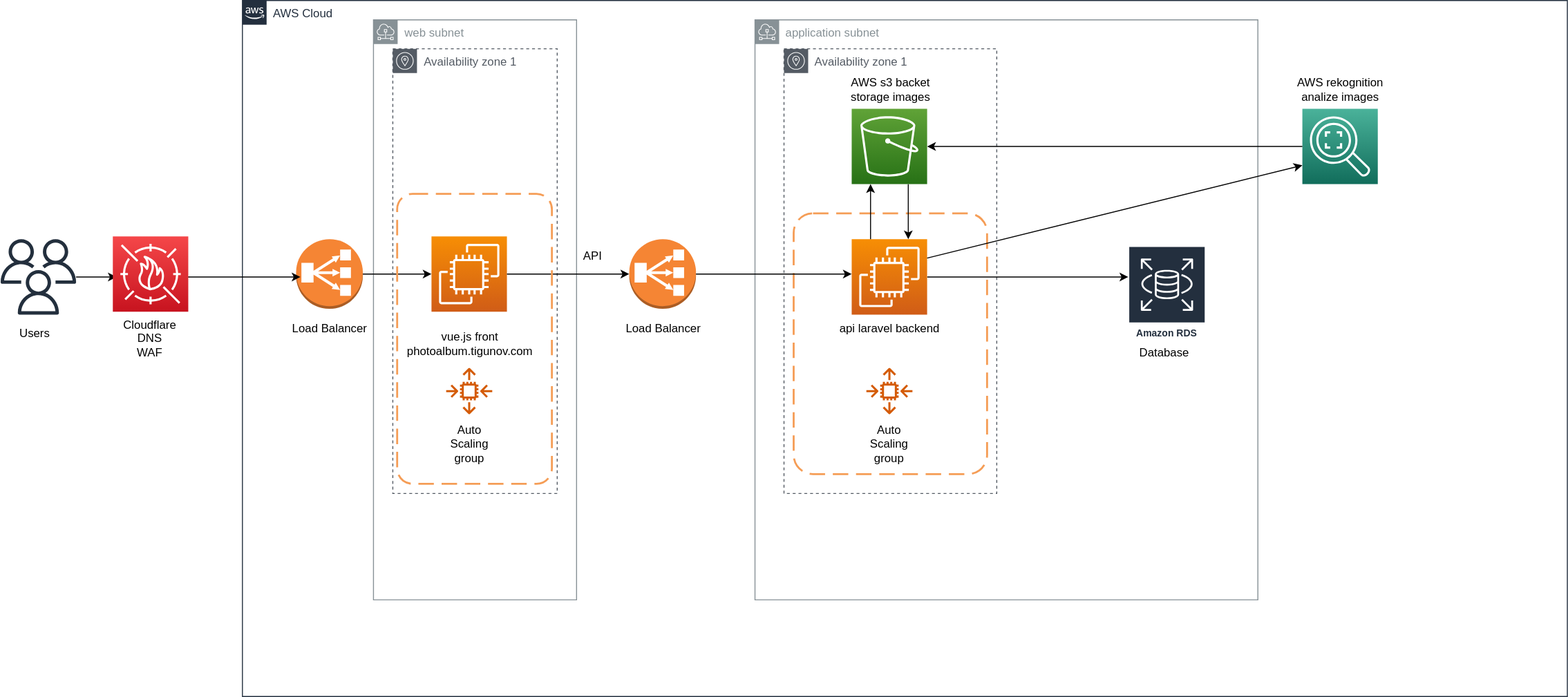
Before: .infra/schema_architecture/photoalbum_architecture.drawio.svg, a diagram exported from draw.io (tigunov-it/photoalbum). Source tidied: cells renumbered, new cells last; positions are measured from the earlier drawing's top-left corner, leaving out a move shared by most shapes. Its diagram source:
```xml
<mxGraphModel>
  <root>
    <mxCell id="0" />
    <mxCell id="1" parent="0" />
    <mxCell id="2" value="AWS Cloud" style="gradientColor=none;html=1;whiteSpace=wrap;fontSize=12;fontStyle=0;shape=mxgraph.aws4.group;grIcon=mxgraph.aws4.group_aws_cloud_alt;strokeColor=#232F3E;fillColor=none;verticalAlign=top;align=left;spacingLeft=30;fontColor=#232F3E;dashed=0;labelBackgroundColor=#ffffff;" parent="1" vertex="1">
      <mxGeometry x="250" width="1370" height="720" as="geometry" />
    </mxCell>
    <mxCell id="3" style="rounded=1;arcSize=10;dashed=1;strokeColor=#F59D56;fillColor=none;gradientColor=none;dashPattern=8 4;strokeWidth=2;" parent="2" vertex="1">
      <mxGeometry x="570" y="220.2" width="200" height="269.8" as="geometry" />
    </mxCell>
    <mxCell id="4" value="Availability zone 1" style="sketch=0;gradientColor=none;html=1;whiteSpace=wrap;fontSize=12;fontStyle=0;shape=mxgraph.aws4.group;grIcon=mxgraph.aws4.group_availability_zone;strokeColor=#545B64;fillColor=none;verticalAlign=top;align=left;spacingLeft=30;fontColor=#545B64;dashed=1;" parent="2" vertex="1">
      <mxGeometry x="560" y="50" width="220" height="460" as="geometry" />
    </mxCell>
    <mxCell id="5" value="application subnet" style="sketch=0;gradientColor=none;html=1;whiteSpace=wrap;fontSize=12;fontStyle=0;shape=mxgraph.aws4.group;grIcon=mxgraph.aws4.group_subnet;strokeColor=#879196;fillColor=none;verticalAlign=top;align=left;spacingLeft=30;fontColor=#879196;dashed=0;" parent="2" vertex="1">
      <mxGeometry x="530" y="20" width="520" height="600" as="geometry" />
    </mxCell>
    <mxCell id="6" value="web subnet" style="sketch=0;gradientColor=none;html=1;whiteSpace=wrap;fontSize=12;fontStyle=0;shape=mxgraph.aws4.group;grIcon=mxgraph.aws4.group_subnet;strokeColor=#879196;fillColor=none;verticalAlign=top;align=left;spacingLeft=30;fontColor=#879196;dashed=0;" parent="2" vertex="1">
      <mxGeometry x="135.5" y="20" width="210" height="600" as="geometry" />
    </mxCell>
    <mxCell id="7" style="sketch=0;points=[[0,0,0],[0.25,0,0],[0.5,0,0],[0.75,0,0],[1,0,0],[0,1,0],[0.25,1,0],[0.5,1,0],[0.75,1,0],[1,1,0],[0,0.25,0],[0,0.5,0],[0,0.75,0],[1,0.25,0],[1,0.5,0],[1,0.75,0]];outlineConnect=0;fontColor=#232F3E;gradientColor=#F78E04;gradientDirection=north;fillColor=#D05C17;strokeColor=#ffffff;dashed=0;verticalLabelPosition=bottom;verticalAlign=top;align=center;html=1;fontSize=12;fontStyle=0;shape=mxgraph.aws4.resourceIcon;resIcon=mxgraph.aws4.ec2;" parent="2" vertex="1">
      <mxGeometry x="195.5" y="244" width="78" height="78" as="geometry" />
    </mxCell>
    <mxCell id="8" value="&lt;div&gt;vue.js front&lt;br&gt;&lt;/div&gt;&lt;div&gt;photoalbum.tigunov.com&lt;/div&gt;" style="text;html=1;align=center;verticalAlign=middle;strokeColor=none;fillColor=none;" parent="2" vertex="1">
      <mxGeometry x="159.5" y="335" width="150" height="40" as="geometry" />
    </mxCell>
    <mxCell id="9" style="edgeStyle=orthogonalEdgeStyle;rounded=0;jettySize=auto;html=1;exitX=1;exitY=0.5;exitDx=0;exitDy=0;exitPerimeter=0;" parent="2" edge="1" source="10" target="26">
      <mxGeometry relative="1" as="geometry">
        <Array as="points">
          <mxPoint x="870" y="286" />
          <mxPoint x="870" y="286" />
        </Array>
      </mxGeometry>
    </mxCell>
    <mxCell id="10" style="sketch=0;points=[[0,0,0],[0.25,0,0],[0.5,0,0],[0.75,0,0],[1,0,0],[0,1,0],[0.25,1,0],[0.5,1,0],[0.75,1,0],[1,1,0],[0,0.25,0],[0,0.5,0],[0,0.75,0],[1,0.25,0],[1,0.5,0],[1,0.75,0]];outlineConnect=0;fontColor=#232F3E;gradientColor=#F78E04;gradientDirection=north;fillColor=#D05C17;strokeColor=#ffffff;dashed=0;verticalLabelPosition=bottom;verticalAlign=top;align=center;html=1;fontSize=12;fontStyle=0;shape=mxgraph.aws4.resourceIcon;resIcon=mxgraph.aws4.ec2;" parent="2" vertex="1">
      <mxGeometry x="630" y="247" width="78" height="78" as="geometry" />
    </mxCell>
    <mxCell id="11" value="&lt;div&gt;api laravel backend&lt;/div&gt;" style="text;html=1;align=center;verticalAlign=middle;strokeColor=none;fillColor=none;" parent="2" vertex="1">
      <mxGeometry x="604" y="325" width="130" height="30" as="geometry" />
    </mxCell>
    <mxCell id="12" style="sketch=0;points=[[0,0,0],[0.25,0,0],[0.5,0,0],[0.75,0,0],[1,0,0],[0,1,0],[0.25,1,0],[0.5,1,0],[0.75,1,0],[1,1,0],[0,0.25,0],[0,0.5,0],[0,0.75,0],[1,0.25,0],[1,0.5,0],[1,0.75,0]];outlineConnect=0;fontColor=#232F3E;gradientColor=#4AB29A;gradientDirection=north;fillColor=#116D5B;strokeColor=#ffffff;dashed=0;verticalLabelPosition=bottom;verticalAlign=top;align=center;html=1;fontSize=12;fontStyle=0;shape=mxgraph.aws4.resourceIcon;resIcon=mxgraph.aws4.rekognition_2;" parent="2" vertex="1">
      <mxGeometry x="1096" y="112" width="78" height="78" as="geometry" />
    </mxCell>
    <mxCell id="13" value="&lt;div&gt;AWS rekognition&lt;/div&gt;&lt;div&gt;analize images&lt;/div&gt;" style="text;html=1;align=center;verticalAlign=middle;strokeColor=none;fillColor=none;" parent="2" vertex="1">
      <mxGeometry x="1080" y="72" width="110" height="40" as="geometry" />
    </mxCell>
    <mxCell id="14" value="&lt;div&gt;API&lt;/div&gt;" style="text;html=1;align=center;verticalAlign=middle;strokeColor=none;fillColor=none;" parent="2" vertex="1">
      <mxGeometry x="341.5" y="250" width="40" height="30" as="geometry" />
    </mxCell>
    <mxCell id="15" style="outlineConnect=0;dashed=0;verticalLabelPosition=bottom;verticalAlign=top;align=center;html=1;shape=mxgraph.aws3.classic_load_balancer;fillColor=#F58534;gradientColor=none;" parent="2" vertex="1">
      <mxGeometry x="55.5" y="247" width="69" height="72" as="geometry" />
    </mxCell>
    <mxCell id="16" style="endArrow=classic;html=1;rounded=0;exitX=1;exitY=0.5;exitDx=0;exitDy=0;exitPerimeter=0;entryX=0;entryY=0.5;entryDx=0;entryDy=0;entryPerimeter=0;" parent="2" edge="1" source="15" target="7">
      <mxGeometry relative="1" as="geometry" />
    </mxCell>
    <mxCell id="17" value="Load Balancer" style="text;html=1;align=center;verticalAlign=middle;strokeColor=none;fillColor=none;" parent="2" vertex="1">
      <mxGeometry x="40" y="325" width="100" height="30" as="geometry" />
    </mxCell>
    <mxCell id="18" value="Availability zone 1" style="sketch=0;gradientColor=none;html=1;whiteSpace=wrap;fontSize=12;fontStyle=0;shape=mxgraph.aws4.group;grIcon=mxgraph.aws4.group_availability_zone;strokeColor=#545B64;fillColor=none;verticalAlign=top;align=left;spacingLeft=30;fontColor=#545B64;dashed=1;" parent="2" vertex="1">
      <mxGeometry x="155.5" y="50" width="170" height="460" as="geometry" />
    </mxCell>
    <mxCell id="19" style="sketch=0;fontColor=#232F3E;gradientColor=none;fillColor=#D45B07;strokeColor=none;dashed=0;verticalLabelPosition=bottom;verticalAlign=top;align=center;html=1;fontSize=12;fontStyle=0;shape=mxgraph.aws4.auto_scaling2;" parent="2" vertex="1">
      <mxGeometry x="210.5" y="380" width="48" height="48" as="geometry" />
    </mxCell>
    <mxCell id="20" value="&lt;div&gt;Auto Scaling group&lt;/div&gt;" style="text;html=1;strokeColor=none;fillColor=none;align=center;verticalAlign=middle;whiteSpace=wrap;rounded=0;" parent="2" vertex="1">
      <mxGeometry x="204.5" y="444" width="60" height="30" as="geometry" />
    </mxCell>
    <mxCell id="21" style="edgeStyle=orthogonalEdgeStyle;rounded=0;jettySize=auto;html=1;exitX=0.75;exitY=1;exitDx=0;exitDy=0;exitPerimeter=0;entryX=0.75;entryY=0;entryDx=0;entryDy=0;entryPerimeter=0;" parent="2" edge="1" source="22" target="10">
      <mxGeometry relative="1" as="geometry" />
    </mxCell>
    <mxCell id="22" style="sketch=0;points=[[0,0,0],[0.25,0,0],[0.5,0,0],[0.75,0,0],[1,0,0],[0,1,0],[0.25,1,0],[0.5,1,0],[0.75,1,0],[1,1,0],[0,0.25,0],[0,0.5,0],[0,0.75,0],[1,0.25,0],[1,0.5,0],[1,0.75,0]];outlineConnect=0;fontColor=#232F3E;gradientColor=#60A337;gradientDirection=north;fillColor=#277116;strokeColor=#ffffff;dashed=0;verticalLabelPosition=bottom;verticalAlign=top;align=center;html=1;fontSize=12;fontStyle=0;shape=mxgraph.aws4.resourceIcon;resIcon=mxgraph.aws4.s3;" parent="2" vertex="1">
      <mxGeometry x="630" y="112" width="78" height="78" as="geometry" />
    </mxCell>
    <mxCell id="23" value="&lt;div&gt;AWS s3 backet&lt;/div&gt;&lt;div&gt;storage images&lt;br&gt;&lt;/div&gt;" style="text;html=1;align=center;verticalAlign=middle;strokeColor=none;fillColor=none;" parent="2" vertex="1">
      <mxGeometry x="615" y="72" width="110" height="40" as="geometry" />
    </mxCell>
    <mxCell id="24" style="endArrow=classic;html=1;rounded=0;entryX=1;entryY=0.5;entryDx=0;entryDy=0;entryPerimeter=0;exitX=0;exitY=0.5;exitDx=0;exitDy=0;exitPerimeter=0;" parent="2" edge="1" source="12" target="22">
      <mxGeometry relative="1" as="geometry" />
    </mxCell>
    <mxCell id="25" style="endArrow=classic;html=1;rounded=0;exitX=0.25;exitY=0;exitDx=0;exitDy=0;exitPerimeter=0;entryX=0.25;entryY=1;entryDx=0;entryDy=0;entryPerimeter=0;" parent="2" edge="1" source="10" target="22">
      <mxGeometry relative="1" as="geometry" />
    </mxCell>
    <mxCell id="26" value="Amazon RDS" style="sketch=0;outlineConnect=0;fontColor=#232F3E;gradientColor=none;strokeColor=#ffffff;fillColor=#232F3E;dashed=0;verticalLabelPosition=middle;verticalAlign=bottom;align=center;html=1;whiteSpace=wrap;fontSize=10;fontStyle=1;spacing=3;shape=mxgraph.aws4.productIcon;prIcon=mxgraph.aws4.rds;" parent="2" vertex="1">
      <mxGeometry x="916" y="254" width="80" height="100" as="geometry" />
    </mxCell>
    <mxCell id="27" value="&lt;div&gt;Database&lt;/div&gt;" style="text;html=1;align=center;verticalAlign=middle;strokeColor=none;fillColor=none;" parent="2" vertex="1">
      <mxGeometry x="918" y="350" width="70" height="30" as="geometry" />
    </mxCell>
    <mxCell id="28" style="sketch=0;fontColor=#232F3E;gradientColor=none;fillColor=#D45B07;strokeColor=none;dashed=0;verticalLabelPosition=bottom;verticalAlign=top;align=center;html=1;fontSize=12;fontStyle=0;shape=mxgraph.aws4.auto_scaling2;" parent="2" vertex="1">
      <mxGeometry x="645" y="380" width="48" height="48" as="geometry" />
    </mxCell>
    <mxCell id="29" value="&lt;div&gt;Auto Scaling group&lt;/div&gt;" style="text;html=1;strokeColor=none;fillColor=none;align=center;verticalAlign=middle;whiteSpace=wrap;rounded=0;" parent="2" vertex="1">
      <mxGeometry x="639" y="444" width="60" height="30" as="geometry" />
    </mxCell>
    <mxCell id="30" style="outlineConnect=0;dashed=0;verticalLabelPosition=bottom;verticalAlign=top;align=center;html=1;shape=mxgraph.aws3.classic_load_balancer;fillColor=#F58534;gradientColor=none;" parent="2" vertex="1">
      <mxGeometry x="400" y="247" width="69" height="72" as="geometry" />
    </mxCell>
    <mxCell id="31" style="endArrow=classic;html=1;rounded=0;exitX=1;exitY=0.5;exitDx=0;exitDy=0;exitPerimeter=0;" parent="2" edge="1" source="7">
      <mxGeometry relative="1" as="geometry">
        <mxPoint x="400" y="283" as="targetPoint" />
      </mxGeometry>
    </mxCell>
    <mxCell id="32" value="Load Balancer" style="text;html=1;align=center;verticalAlign=middle;strokeColor=none;fillColor=none;" parent="2" vertex="1">
      <mxGeometry x="384.5" y="325" width="100" height="30" as="geometry" />
    </mxCell>
    <mxCell id="33" style="rounded=1;arcSize=10;dashed=1;strokeColor=#F59D56;fillColor=none;gradientColor=none;dashPattern=8 4;strokeWidth=2;" parent="2" vertex="1">
      <mxGeometry x="160" y="200" width="160" height="300" as="geometry" />
    </mxCell>
    <mxCell id="34" style="endArrow=classic;html=1;rounded=0;exitX=1;exitY=0.5;exitDx=0;exitDy=0;exitPerimeter=0;" parent="2" edge="1" source="30">
      <mxGeometry relative="1" as="geometry">
        <mxPoint x="630" y="283" as="targetPoint" />
      </mxGeometry>
    </mxCell>
    <mxCell id="35" style="endArrow=classic;html=1;rounded=0;exitX=1;exitY=0.25;exitDx=0;exitDy=0;exitPerimeter=0;entryX=0;entryY=0.75;entryDx=0;entryDy=0;entryPerimeter=0;" parent="2" edge="1" source="10" target="12">
      <mxGeometry relative="1" as="geometry" />
    </mxCell>
    <mxCell id="36" style="sketch=0;outlineConnect=0;fontColor=#232F3E;gradientColor=none;fillColor=#232F3D;strokeColor=none;dashed=0;verticalLabelPosition=bottom;verticalAlign=top;align=center;html=1;fontSize=12;fontStyle=0;shape=mxgraph.aws4.users;" parent="1" vertex="1">
      <mxGeometry y="247" width="78" height="78" as="geometry" />
    </mxCell>
    <mxCell id="37" style="endArrow=classic;html=1;rounded=0;" parent="1" edge="1">
      <mxGeometry relative="1" as="geometry">
        <mxPoint x="188" y="286" as="sourcePoint" />
        <mxPoint x="310" y="286" as="targetPoint" />
      </mxGeometry>
    </mxCell>
    <mxCell id="38" style="endArrow=classic;html=1;rounded=0;entryX=0;entryY=0.5;entryDx=0;entryDy=0;entryPerimeter=0;" parent="1" edge="1" source="36">
      <mxGeometry relative="1" as="geometry">
        <mxPoint x="120" y="286" as="targetPoint" />
      </mxGeometry>
    </mxCell>
    <mxCell id="39" value="&lt;div&gt;Users&lt;/div&gt;" style="text;html=1;align=center;verticalAlign=middle;strokeColor=none;fillColor=none;" parent="1" vertex="1">
      <mxGeometry x="10" y="330" width="50" height="30" as="geometry" />
    </mxCell>
    <mxCell id="40" value="&lt;div&gt;Cloudflare&lt;/div&gt;&lt;div&gt;DNS&lt;/div&gt;&lt;div&gt;WAF&lt;/div&gt;" style="text;html=1;align=center;verticalAlign=middle;strokeColor=none;fillColor=none;" parent="1" vertex="1">
      <mxGeometry x="114" y="320" width="80" height="60" as="geometry" />
    </mxCell>
    <mxCell id="41" style="sketch=0;fontColor=#232F3E;gradientColor=#F54749;gradientDirection=north;fillColor=#C7131F;strokeColor=#ffffff;dashed=0;verticalLabelPosition=bottom;verticalAlign=top;align=center;html=1;fontSize=12;fontStyle=0;shape=mxgraph.aws4.resourceIcon;resIcon=mxgraph.aws4.waf;" parent="1" vertex="1">
      <mxGeometry x="116" y="244" width="78" height="78" as="geometry" />
    </mxCell>
  </root>
</mxGraphModel>
```
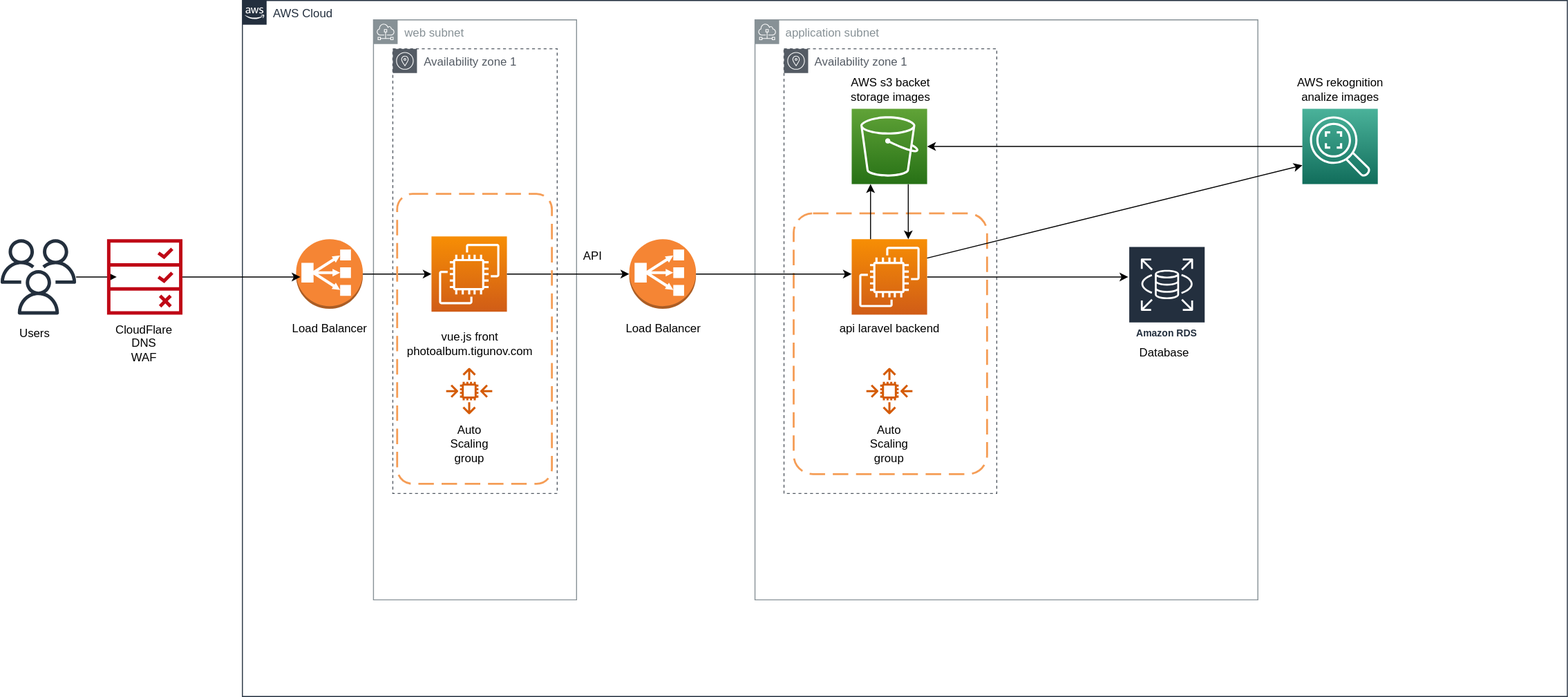
Above is the later version.

The edit, as a diff of the source:
```diff
@@ -130,11 +130,11 @@
     <mxCell id="39" value="&lt;div&gt;Users&lt;/div&gt;" style="text;html=1;align=center;verticalAlign=middle;strokeColor=none;fillColor=none;" parent="1" vertex="1">
       <mxGeometry x="10" y="330" width="50" height="30" as="geometry" />
     </mxCell>
-    <mxCell id="40" value="&lt;div&gt;Cloudflare&lt;/div&gt;&lt;div&gt;DNS&lt;/div&gt;&lt;div&gt;WAF&lt;/div&gt;" style="text;html=1;align=center;verticalAlign=middle;strokeColor=none;fillColor=none;" parent="1" vertex="1">
-      <mxGeometry x="114" y="320" width="80" height="60" as="geometry" />
-    </mxCell>
-    <mxCell id="41" style="sketch=0;fontColor=#232F3E;gradientColor=#F54749;gradientDirection=north;fillColor=#C7131F;strokeColor=#ffffff;dashed=0;verticalLabelPosition=bottom;verticalAlign=top;align=center;html=1;fontSize=12;fontStyle=0;shape=mxgraph.aws4.resourceIcon;resIcon=mxgraph.aws4.waf;" parent="1" vertex="1">
-      <mxGeometry x="116" y="244" width="78" height="78" as="geometry" />
-    </mxCell>
+    <mxCell id="42" style="sketch=0;fontColor=#232F3E;gradientColor=none;fillColor=#BF0816;strokeColor=none;dashed=0;verticalLabelPosition=bottom;verticalAlign=top;align=center;html=1;fontSize=12;fontStyle=0;shape=mxgraph.aws4.waf_rule;" parent="1" vertex="1">
+      <mxGeometry x="110" y="247" width="78" height="78" as="geometry" />
+    </mxCell>
+    <mxCell id="43" value="&lt;div&gt;CloudFlare&lt;/div&gt;&lt;div&gt;DNS&lt;/div&gt;&lt;div&gt;WAF&lt;/div&gt;" style="text;html=1;align=center;verticalAlign=middle;strokeColor=none;fillColor=none;" parent="1" vertex="1">
+      <mxGeometry x="108" y="325" width="80" height="60" as="geometry" />
+    </mxCell>
   </root>
 </mxGraphModel>
```
